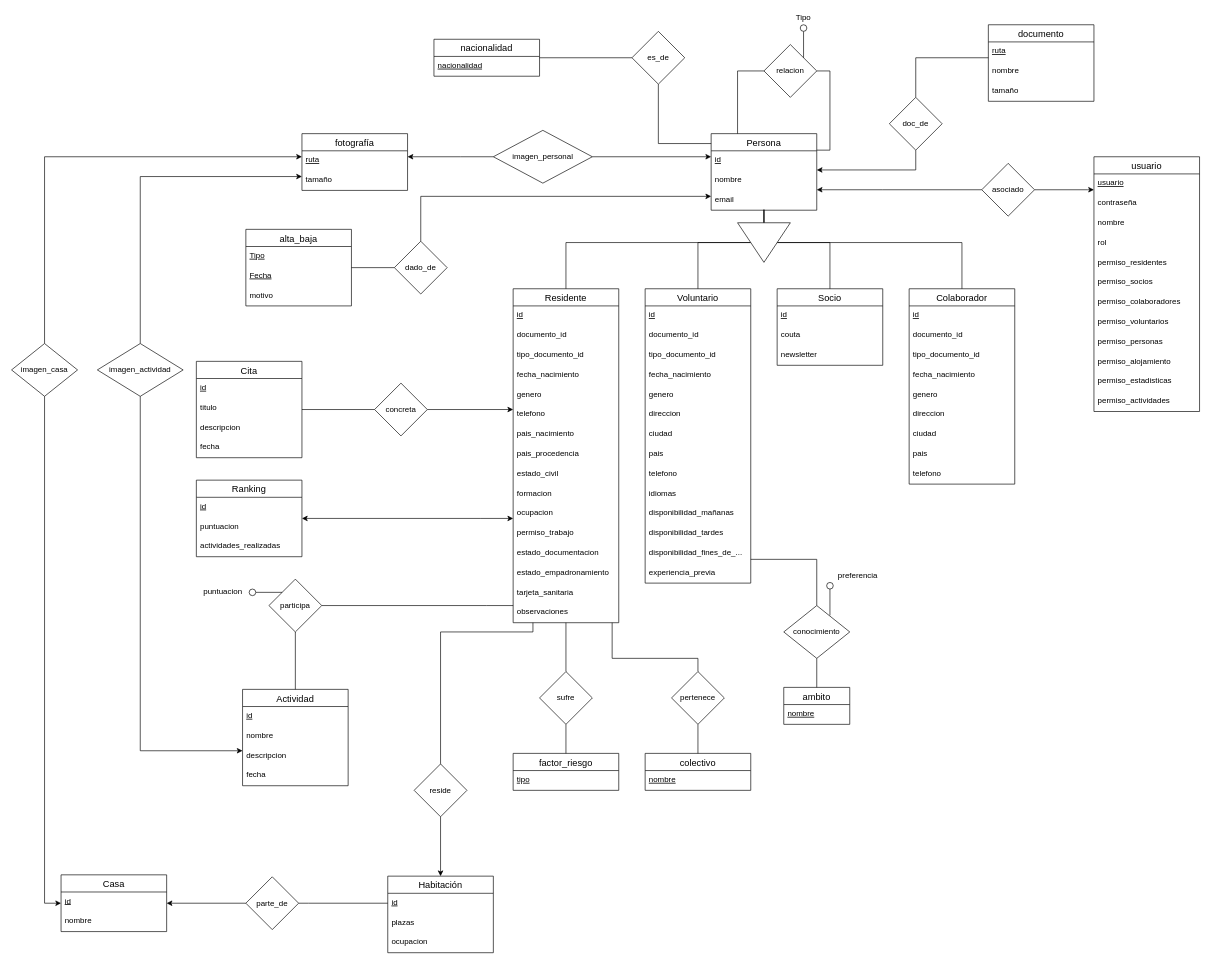
Earlier version of the draw.io diagram diseno/base_de_datos/ER.drawio (corderop/TFG). Source tidied: cells renumbered, new cells numbered last; positions are measured from the earlier drawing's top-left corner, leaving out a move shared by most shapes. Both pictures are drawn from the tidied source at 66%, with x=0, y=0 at pixel (11, 11).
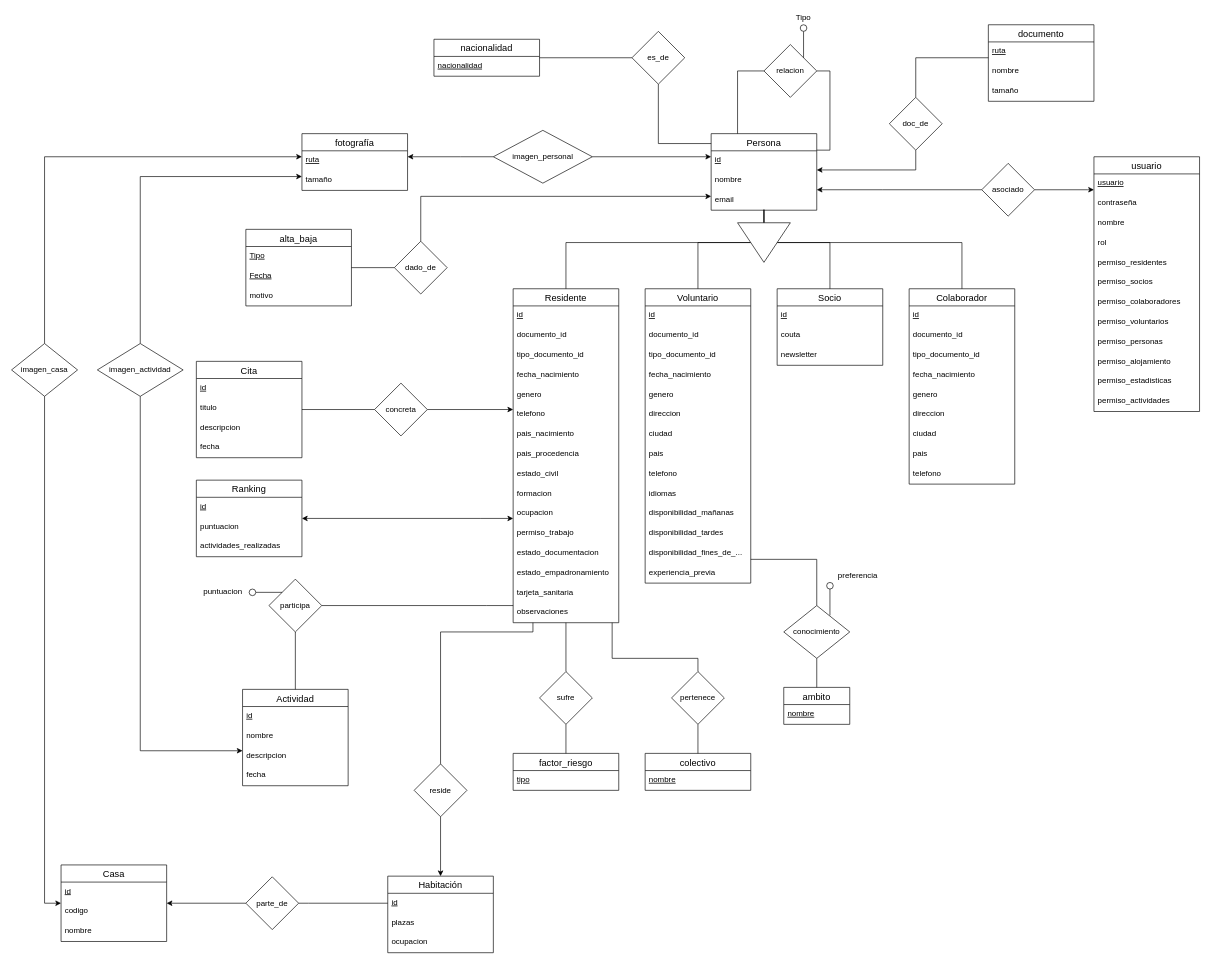
Above is the later version.

Commit message:
diseno: Pequeños cambios del entidad relación

Diff of the diagram source:
```diff
@@
     <mxCell id="86" value="Casa" style="swimlane;fontStyle=0;horizontal=1;startSize=26;align=center;fontSize=14;" parent="1" vertex="1">
-      <mxGeometry x="75" y="1308" width="160" height="86" as="geometry" />
+      <mxGeometry x="75" y="1293" width="160" height="116" as="geometry" />
     </mxCell>
@@
+    <mxCell id="167" value="codigo" style="text;strokeColor=none;fillColor=none;spacingLeft=4;spacingRight=4;overflow=hidden;fontSize=12;fontStyle=0;" parent="86" vertex="1">
+      <mxGeometry y="56" width="160" height="30" as="geometry" />
+    </mxCell>
     <mxCell id="88" value="nombre" style="text;strokeColor=none;fillColor=none;spacingLeft=4;spacingRight=4;overflow=hidden;fontSize=12;" parent="86" vertex="1">
-      <mxGeometry y="56" width="160" height="30" as="geometry" />
+      <mxGeometry y="86" width="160" height="30" as="geometry" />
     </mxCell>
```
